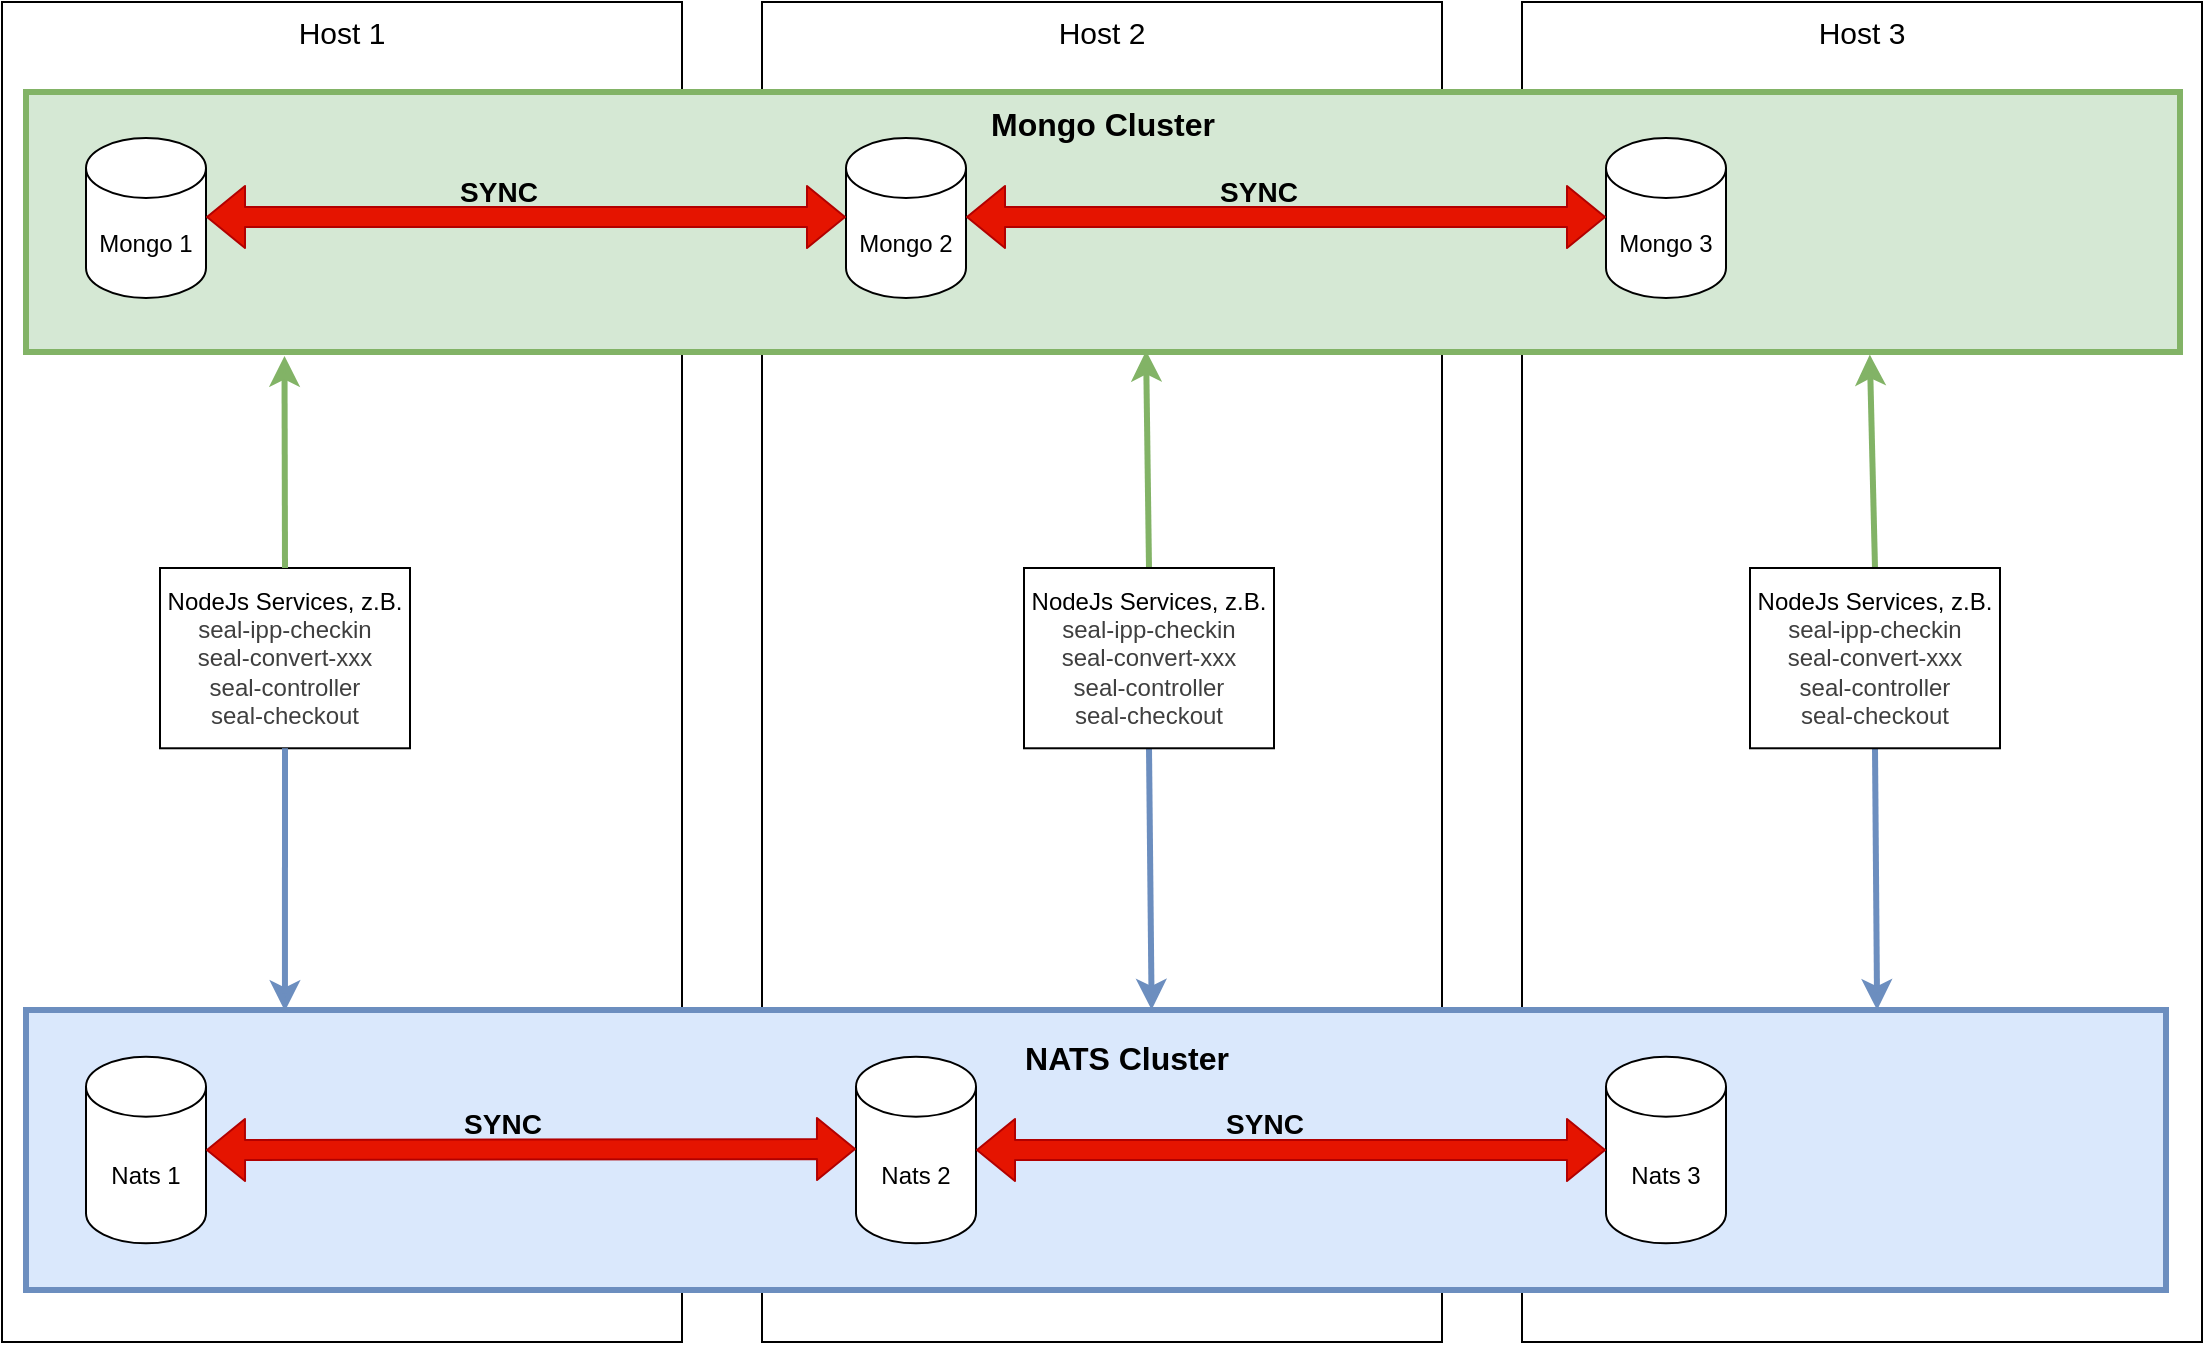
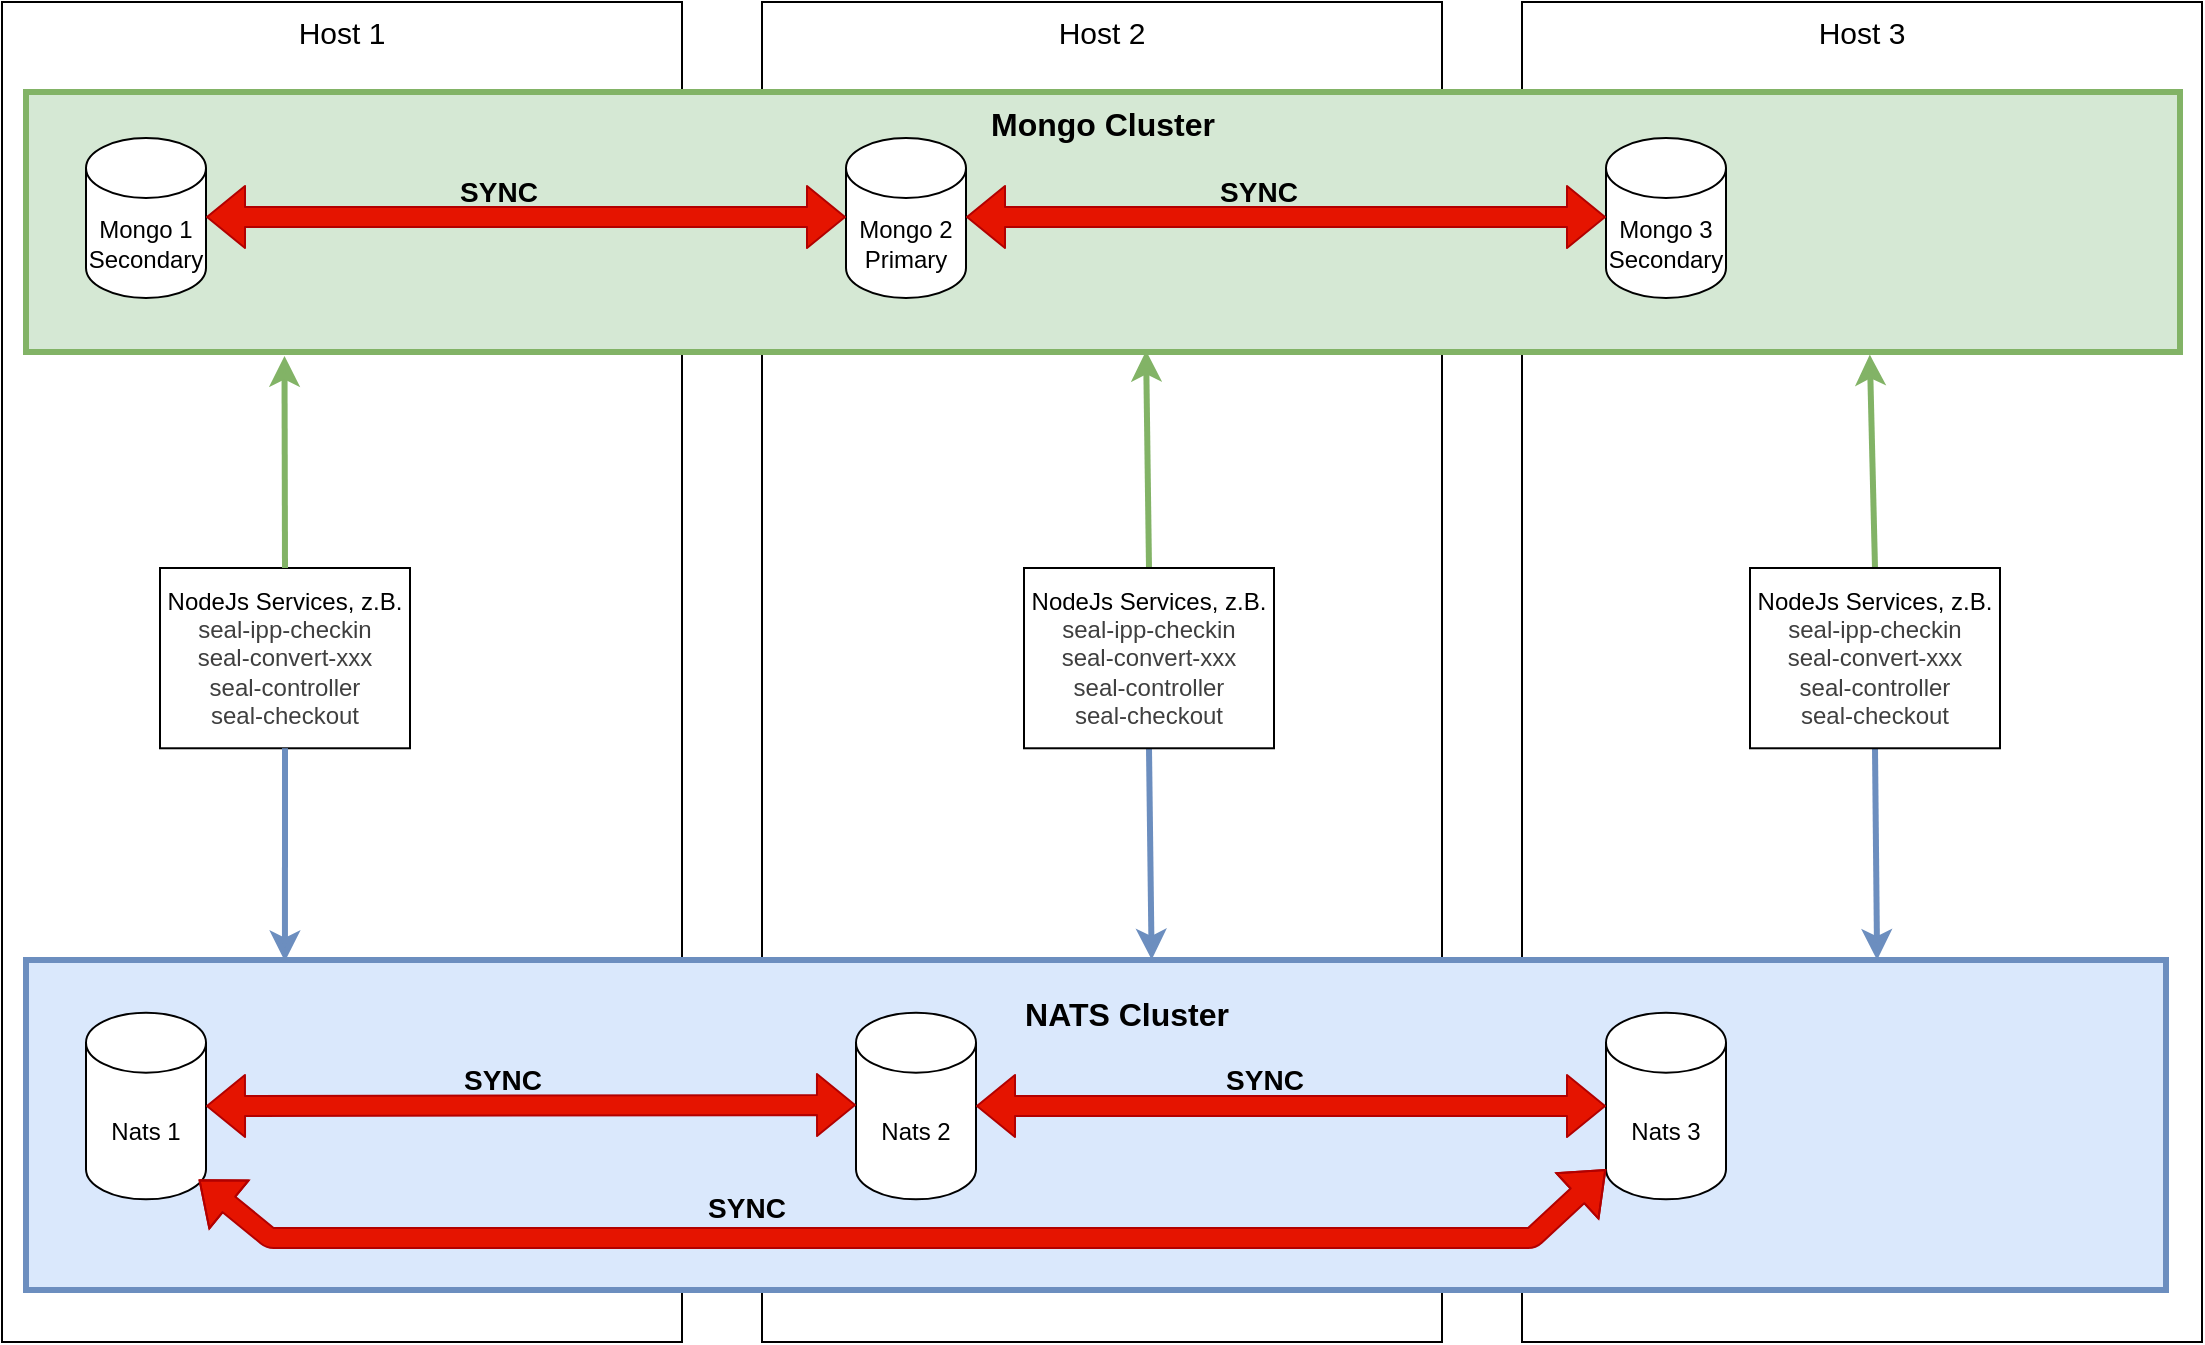
<mxfile host="65bd71144e">
    <diagram id="0pawT_77a6YBVu2QPc8B" name="Page-1">
-         <mxGraphModel dx="1290" dy="920" grid="0" gridSize="10" guides="1" tooltips="1" connect="1" arrows="1" fold="1" page="1" pageScale="1" pageWidth="1169" pageHeight="827" math="0" shadow="0">
+         <mxGraphModel dx="1167" dy="876" grid="0" gridSize="10" guides="1" tooltips="1" connect="1" arrows="1" fold="1" page="1" pageScale="1" pageWidth="1169" pageHeight="827" math="0" shadow="0">
            <root>
                <mxCell id="0"/>
                <mxCell id="1" parent="0"/>
                <mxCell id="2" value="Host 1" style="rounded=0;whiteSpace=wrap;html=1;fontSize=15;verticalAlign=top;" parent="1" vertex="1">
                    <mxGeometry x="40" y="40" width="340" height="670" as="geometry"/>
                </mxCell>
                <mxCell id="5" value="Host 2" style="rounded=0;whiteSpace=wrap;html=1;fontSize=15;verticalAlign=top;" parent="1" vertex="1">
                    <mxGeometry x="420" y="40" width="340" height="670" as="geometry"/>
                </mxCell>
                <mxCell id="6" value="Host 3" style="rounded=0;whiteSpace=wrap;html=1;fontSize=15;verticalAlign=top;" parent="1" vertex="1">
                    <mxGeometry x="800" y="40" width="340" height="670" as="geometry"/>
                </mxCell>
                <mxCell id="15" value="" style="group;verticalAlign=top;fillColor=#dae8fc;strokeColor=#6c8ebf;strokeWidth=3;container=0;" parent="1" vertex="1" connectable="0">
                    <mxGeometry x="52" y="544" width="1070" height="140" as="geometry"/>
                </mxCell>
                <mxCell id="23" value="NodeJs Services&lt;span style=&quot;color: rgb(0, 0, 0);&quot;&gt;, z.B.&lt;/span&gt;&lt;div style=&quot;color: rgb(63, 63, 63); scrollbar-color: rgb(226, 226, 226) rgb(251, 251, 251);&quot;&gt;seal-ipp-checkin&lt;/div&gt;&lt;div style=&quot;color: rgb(63, 63, 63); scrollbar-color: rgb(226, 226, 226) rgb(251, 251, 251);&quot;&gt;&lt;span style=&quot;scrollbar-color: rgb(226, 226, 226) rgb(251, 251, 251); background-color: transparent; color: rgb(63, 63, 63);&quot;&gt;seal-convert-xxx&lt;/span&gt;&lt;/div&gt;&lt;div style=&quot;color: rgb(63, 63, 63); scrollbar-color: rgb(226, 226, 226) rgb(251, 251, 251);&quot;&gt;seal-controller&lt;/div&gt;&lt;div style=&quot;color: rgb(63, 63, 63); scrollbar-color: rgb(226, 226, 226) rgb(251, 251, 251);&quot;&gt;seal-checkout&lt;/div&gt;" style="rounded=0;whiteSpace=wrap;html=1;" parent="1" vertex="1">
                    <mxGeometry x="119" y="323" width="125" height="90.14" as="geometry"/>
                </mxCell>
                <mxCell id="30" value="" style="endArrow=classic;html=1;exitX=0.5;exitY=0;exitDx=0;exitDy=0;strokeWidth=3;fillColor=#d5e8d4;strokeColor=#82b366;entryX=0.12;entryY=1.015;entryDx=0;entryDy=0;entryPerimeter=0;" parent="1" source="23" target="11" edge="1">
                    <mxGeometry width="50" height="50" relative="1" as="geometry">
                        <mxPoint x="610" y="450" as="sourcePoint"/>
                        <mxPoint x="184" y="217" as="targetPoint"/>
                        <Array as="points"/>
                    </mxGeometry>
                </mxCell>
                <mxCell id="31" value="" style="endArrow=classic;html=1;exitX=0.5;exitY=1;exitDx=0;exitDy=0;entryX=0.121;entryY=0.004;entryDx=0;entryDy=0;entryPerimeter=0;strokeWidth=3;fillColor=#dae8fc;strokeColor=#6c8ebf;" parent="1" source="23" target="16" edge="1">
                    <mxGeometry width="50" height="50" relative="1" as="geometry">
                        <mxPoint x="610" y="490.28" as="sourcePoint"/>
                        <mxPoint x="170" y="390" as="targetPoint"/>
                    </mxGeometry>
                </mxCell>
-                 <mxCell id="41" value="" style="endArrow=classic;html=1;exitX=0.5;exitY=0;exitDx=0;exitDy=0;strokeWidth=3;fillColor=#d5e8d4;strokeColor=#82b366;entryX=0.52;entryY=0.995;entryDx=0;entryDy=0;entryPerimeter=0;" parent="1" target="11" edge="1" source="59">
+                 <mxCell id="41" value="" style="endArrow=classic;html=1;exitX=0.5;exitY=0;exitDx=0;exitDy=0;strokeWidth=3;fillColor=#d5e8d4;strokeColor=#82b366;entryX=0.52;entryY=0.995;entryDx=0;entryDy=0;entryPerimeter=0;" parent="1" source="59" target="11" edge="1">
                    <mxGeometry width="50" height="50" relative="1" as="geometry">
                        <mxPoint x="632.5" y="490.6999999999998" as="sourcePoint"/>
                        <mxPoint x="612" y="200" as="targetPoint"/>
                        <Array as="points"/>
                    </mxGeometry>
                </mxCell>
-                 <mxCell id="42" value="" style="endArrow=classic;html=1;exitX=0.5;exitY=1;exitDx=0;exitDy=0;entryX=0.526;entryY=-0.001;entryDx=0;entryDy=0;entryPerimeter=0;strokeWidth=3;fillColor=#dae8fc;strokeColor=#6c8ebf;" parent="1" target="16" edge="1" source="59">
+                 <mxCell id="42" value="" style="endArrow=classic;html=1;exitX=0.5;exitY=1;exitDx=0;exitDy=0;entryX=0.526;entryY=-0.001;entryDx=0;entryDy=0;entryPerimeter=0;strokeWidth=3;fillColor=#dae8fc;strokeColor=#6c8ebf;" parent="1" source="59" target="16" edge="1">
                    <mxGeometry width="50" height="50" relative="1" as="geometry">
                        <mxPoint x="632.5" y="490.6999999999998" as="sourcePoint"/>
                        <mxPoint x="620" y="390" as="targetPoint"/>
                    </mxGeometry>
                </mxCell>
-                 <mxCell id="52" value="" style="endArrow=classic;html=1;exitX=0.5;exitY=0;exitDx=0;exitDy=0;strokeWidth=3;fillColor=#d5e8d4;strokeColor=#82b366;entryX=0.856;entryY=1.01;entryDx=0;entryDy=0;entryPerimeter=0;" parent="1" target="11" edge="1" source="60">
+                 <mxCell id="52" value="" style="endArrow=classic;html=1;exitX=0.5;exitY=0;exitDx=0;exitDy=0;strokeWidth=3;fillColor=#d5e8d4;strokeColor=#82b366;entryX=0.856;entryY=1.01;entryDx=0;entryDy=0;entryPerimeter=0;" parent="1" source="60" target="11" edge="1">
                    <mxGeometry width="50" height="50" relative="1" as="geometry">
                        <mxPoint x="982.5" y="490.1399999999999" as="sourcePoint"/>
                        <mxPoint x="992" y="200" as="targetPoint"/>
                        <Array as="points"/>
                    </mxGeometry>
                </mxCell>
-                 <mxCell id="53" value="" style="endArrow=classic;html=1;exitX=0.5;exitY=1;exitDx=0;exitDy=0;strokeWidth=3;fillColor=#dae8fc;strokeColor=#6c8ebf;entryX=0.865;entryY=0;entryDx=0;entryDy=0;entryPerimeter=0;" parent="1" edge="1" target="16" source="60">
+                 <mxCell id="53" value="" style="endArrow=classic;html=1;exitX=0.5;exitY=1;exitDx=0;exitDy=0;strokeWidth=3;fillColor=#dae8fc;strokeColor=#6c8ebf;entryX=0.865;entryY=0;entryDx=0;entryDy=0;entryPerimeter=0;" parent="1" source="60" target="16" edge="1">
                    <mxGeometry width="50" height="50" relative="1" as="geometry">
                        <mxPoint x="982.5" y="490.1399999999999" as="sourcePoint"/>
                        <mxPoint x="1004" y="396" as="targetPoint"/>
                    </mxGeometry>
                </mxCell>
                <mxCell id="59" value="NodeJs Services&lt;span style=&quot;color: rgb(0, 0, 0);&quot;&gt;, z.B.&lt;/span&gt;&lt;div style=&quot;color: rgb(63, 63, 63); scrollbar-color: rgb(226, 226, 226) rgb(251, 251, 251);&quot;&gt;seal-ipp-checkin&lt;/div&gt;&lt;div style=&quot;color: rgb(63, 63, 63); scrollbar-color: rgb(226, 226, 226) rgb(251, 251, 251);&quot;&gt;&lt;span style=&quot;scrollbar-color: rgb(226, 226, 226) rgb(251, 251, 251); background-color: transparent; color: rgb(63, 63, 63);&quot;&gt;seal-convert-xxx&lt;/span&gt;&lt;/div&gt;&lt;div style=&quot;color: rgb(63, 63, 63); scrollbar-color: rgb(226, 226, 226) rgb(251, 251, 251);&quot;&gt;seal-controller&lt;/div&gt;&lt;div style=&quot;color: rgb(63, 63, 63); scrollbar-color: rgb(226, 226, 226) rgb(251, 251, 251);&quot;&gt;seal-checkout&lt;/div&gt;" style="rounded=0;whiteSpace=wrap;html=1;" parent="1" vertex="1">
                    <mxGeometry x="551" y="323" width="125" height="90.14" as="geometry"/>
                </mxCell>
                <mxCell id="60" value="NodeJs Services&lt;span style=&quot;color: rgb(0, 0, 0);&quot;&gt;, z.B.&lt;/span&gt;&lt;div style=&quot;color: rgb(63, 63, 63); scrollbar-color: rgb(226, 226, 226) rgb(251, 251, 251);&quot;&gt;seal-ipp-checkin&lt;/div&gt;&lt;div style=&quot;color: rgb(63, 63, 63); scrollbar-color: rgb(226, 226, 226) rgb(251, 251, 251);&quot;&gt;&lt;span style=&quot;scrollbar-color: rgb(226, 226, 226) rgb(251, 251, 251); background-color: transparent; color: rgb(63, 63, 63);&quot;&gt;seal-convert-xxx&lt;/span&gt;&lt;/div&gt;&lt;div style=&quot;color: rgb(63, 63, 63); scrollbar-color: rgb(226, 226, 226) rgb(251, 251, 251);&quot;&gt;seal-controller&lt;/div&gt;&lt;div style=&quot;color: rgb(63, 63, 63); scrollbar-color: rgb(226, 226, 226) rgb(251, 251, 251);&quot;&gt;seal-checkout&lt;/div&gt;" style="rounded=0;whiteSpace=wrap;html=1;" parent="1" vertex="1">
                    <mxGeometry x="914" y="323" width="125" height="90.14" as="geometry"/>
                </mxCell>
                <mxCell id="11" value="Mongo Cluster" style="rounded=0;whiteSpace=wrap;html=1;fontStyle=1;labelBorderColor=none;fillColor=#d5e8d4;strokeColor=#82b366;verticalAlign=top;fontSize=16;strokeWidth=3;" parent="1" vertex="1">
                    <mxGeometry x="52" y="85" width="1077" height="130" as="geometry"/>
                </mxCell>
-                 <mxCell id="7" value="Mongo 1" style="shape=cylinder3;whiteSpace=wrap;html=1;boundedLbl=1;backgroundOutline=1;size=15;" parent="1" vertex="1">
+                 <mxCell id="7" value="Mongo 1&lt;div&gt;Secondary&lt;/div&gt;" style="shape=cylinder3;whiteSpace=wrap;html=1;boundedLbl=1;backgroundOutline=1;size=15;" parent="1" vertex="1">
                    <mxGeometry x="82" y="108" width="60" height="80" as="geometry"/>
                </mxCell>
-                 <mxCell id="8" value="Mongo 2" style="shape=cylinder3;whiteSpace=wrap;html=1;boundedLbl=1;backgroundOutline=1;size=15;" parent="1" vertex="1">
+                 <mxCell id="8" value="Mongo 2&lt;div&gt;Primary&lt;/div&gt;" style="shape=cylinder3;whiteSpace=wrap;html=1;boundedLbl=1;backgroundOutline=1;size=15;" parent="1" vertex="1">
                    <mxGeometry x="462" y="108" width="60" height="80" as="geometry"/>
                </mxCell>
-                 <mxCell id="9" value="Mongo 3" style="shape=cylinder3;whiteSpace=wrap;html=1;boundedLbl=1;backgroundOutline=1;size=15;" parent="1" vertex="1">
+                 <mxCell id="9" value="Mongo 3&lt;div&gt;Secondary&lt;/div&gt;" style="shape=cylinder3;whiteSpace=wrap;html=1;boundedLbl=1;backgroundOutline=1;size=15;" parent="1" vertex="1">
                    <mxGeometry x="842" y="108" width="60" height="80" as="geometry"/>
                </mxCell>
                <mxCell id="12" value="" style="shape=flexArrow;endArrow=classic;startArrow=classic;html=1;exitX=1;exitY=0.5;exitDx=0;exitDy=0;exitPerimeter=0;entryX=0;entryY=0.5;entryDx=0;entryDy=0;entryPerimeter=0;fillColor=#e51400;strokeColor=#B20000;fontStyle=1" parent="1" edge="1">
                    <mxGeometry width="100" height="100" relative="1" as="geometry">
                        <mxPoint x="142" y="147.5" as="sourcePoint"/>
                        <mxPoint x="462" y="147.5" as="targetPoint"/>
                        <Array as="points"/>
                    </mxGeometry>
                </mxCell>
-                 <mxCell id="62" value="&lt;b&gt;&lt;font style=&quot;font-size: 14px;&quot;&gt;SYNC&lt;/font&gt;&lt;/b&gt;" style="edgeLabel;html=1;align=center;verticalAlign=middle;resizable=0;points=[];labelBackgroundColor=none;" vertex="1" connectable="0" parent="12">
+                 <mxCell id="62" value="&lt;b&gt;&lt;font style=&quot;font-size: 14px;&quot;&gt;SYNC&lt;/font&gt;&lt;/b&gt;" style="edgeLabel;html=1;align=center;verticalAlign=middle;resizable=0;points=[];labelBackgroundColor=none;" parent="12" vertex="1" connectable="0">
                    <mxGeometry x="-0.1375" y="-4" relative="1" as="geometry">
                        <mxPoint x="8" y="-17" as="offset"/>
                    </mxGeometry>
                </mxCell>
                <mxCell id="16" value="" style="rounded=0;whiteSpace=wrap;html=1;fontStyle=1;labelBorderColor=none;fillColor=#dae8fc;strokeColor=#6c8ebf;verticalAlign=top;fontSize=16;strokeWidth=3;" parent="1" vertex="1">
-                     <mxGeometry x="52" y="544" width="1070" height="140" as="geometry"/>
+                     <mxGeometry x="52" y="519" width="1070" height="165" as="geometry"/>
                </mxCell>
                <mxCell id="17" value="Nats 1" style="shape=cylinder3;whiteSpace=wrap;html=1;boundedLbl=1;backgroundOutline=1;size=15;" parent="1" vertex="1">
-                     <mxGeometry x="82" y="567.3333333333334" width="60" height="93.33333333333333" as="geometry"/>
+                     <mxGeometry x="82" y="545.3333333333334" width="60" height="93.33333333333333" as="geometry"/>
                </mxCell>
                <mxCell id="18" value="Nats 2" style="shape=cylinder3;whiteSpace=wrap;html=1;boundedLbl=1;backgroundOutline=1;size=15;" parent="1" vertex="1">
-                     <mxGeometry x="467" y="567.3333333333334" width="60" height="93.33333333333333" as="geometry"/>
+                     <mxGeometry x="467" y="545.3333333333334" width="60" height="93.33333333333333" as="geometry"/>
                </mxCell>
                <mxCell id="19" value="Nats 3" style="shape=cylinder3;whiteSpace=wrap;html=1;boundedLbl=1;backgroundOutline=1;size=15;" parent="1" vertex="1">
-                     <mxGeometry x="842" y="567.3333333333334" width="60" height="93.33333333333333" as="geometry"/>
+                     <mxGeometry x="842" y="545.3333333333334" width="60" height="93.33333333333333" as="geometry"/>
                </mxCell>
                <mxCell id="61" value="&lt;font style=&quot;font-size: 16px;&quot;&gt;NATS Cluster&lt;/font&gt;" style="text;html=1;align=center;verticalAlign=middle;whiteSpace=wrap;rounded=0;fontSize=14;fontStyle=1" parent="1" vertex="1">
-                     <mxGeometry x="534" y="553" width="137" height="30" as="geometry"/>
+                     <mxGeometry x="534" y="531" width="137" height="30" as="geometry"/>
                </mxCell>
-                 <mxCell id="63" value="" style="shape=flexArrow;endArrow=classic;startArrow=classic;html=1;exitX=1;exitY=0.5;exitDx=0;exitDy=0;exitPerimeter=0;entryX=0;entryY=0.5;entryDx=0;entryDy=0;entryPerimeter=0;fillColor=#e51400;strokeColor=#B20000;fontStyle=1" edge="1" parent="1">
+                 <mxCell id="63" value="" style="shape=flexArrow;endArrow=classic;startArrow=classic;html=1;exitX=1;exitY=0.5;exitDx=0;exitDy=0;exitPerimeter=0;entryX=0;entryY=0.5;entryDx=0;entryDy=0;entryPerimeter=0;fillColor=#e51400;strokeColor=#B20000;fontStyle=1" parent="1" edge="1">
                    <mxGeometry width="100" height="100" relative="1" as="geometry">
                        <mxPoint x="522" y="147.5" as="sourcePoint"/>
                        <mxPoint x="842" y="147.5" as="targetPoint"/>
                        <Array as="points"/>
                    </mxGeometry>
                </mxCell>
-                 <mxCell id="64" value="&lt;b&gt;&lt;font style=&quot;font-size: 14px;&quot;&gt;SYNC&lt;/font&gt;&lt;/b&gt;" style="edgeLabel;html=1;align=center;verticalAlign=middle;resizable=0;points=[];labelBackgroundColor=none;" vertex="1" connectable="0" parent="63">
+                 <mxCell id="64" value="&lt;b&gt;&lt;font style=&quot;font-size: 14px;&quot;&gt;SYNC&lt;/font&gt;&lt;/b&gt;" style="edgeLabel;html=1;align=center;verticalAlign=middle;resizable=0;points=[];labelBackgroundColor=none;" parent="63" vertex="1" connectable="0">
                    <mxGeometry x="-0.1375" y="-4" relative="1" as="geometry">
                        <mxPoint x="8" y="-17" as="offset"/>
                    </mxGeometry>
                </mxCell>
-                 <mxCell id="65" value="" style="shape=flexArrow;endArrow=classic;startArrow=classic;html=1;exitX=1;exitY=0.5;exitDx=0;exitDy=0;exitPerimeter=0;entryX=0;entryY=0.5;entryDx=0;entryDy=0;entryPerimeter=0;fillColor=#e51400;strokeColor=#B20000;fontStyle=1" edge="1" parent="1" source="17">
+                 <mxCell id="65" value="" style="shape=flexArrow;endArrow=classic;startArrow=classic;html=1;exitX=1;exitY=0.5;exitDx=0;exitDy=0;exitPerimeter=0;entryX=0;entryY=0.5;entryDx=0;entryDy=0;entryPerimeter=0;fillColor=#e51400;strokeColor=#B20000;fontStyle=1" parent="1" source="17" edge="1">
                    <mxGeometry width="100" height="100" relative="1" as="geometry">
-                         <mxPoint x="147" y="613.5" as="sourcePoint"/>
-                         <mxPoint x="467" y="613.5" as="targetPoint"/>
+                         <mxPoint x="147" y="591.5" as="sourcePoint"/>
+                         <mxPoint x="467" y="591.5" as="targetPoint"/>
                        <Array as="points"/>
                    </mxGeometry>
                </mxCell>
-                 <mxCell id="66" value="&lt;b&gt;&lt;font style=&quot;font-size: 14px;&quot;&gt;SYNC&lt;/font&gt;&lt;/b&gt;" style="edgeLabel;html=1;align=center;verticalAlign=middle;resizable=0;points=[];labelBackgroundColor=none;" vertex="1" connectable="0" parent="65">
+                 <mxCell id="66" value="&lt;b&gt;&lt;font style=&quot;font-size: 14px;&quot;&gt;SYNC&lt;/font&gt;&lt;/b&gt;" style="edgeLabel;html=1;align=center;verticalAlign=middle;resizable=0;points=[];labelBackgroundColor=none;" parent="65" vertex="1" connectable="0">
                    <mxGeometry x="-0.1375" y="-4" relative="1" as="geometry">
                        <mxPoint x="8" y="-17" as="offset"/>
                    </mxGeometry>
                </mxCell>
-                 <mxCell id="67" value="" style="shape=flexArrow;endArrow=classic;startArrow=classic;html=1;exitX=1;exitY=0.5;exitDx=0;exitDy=0;exitPerimeter=0;fillColor=#e51400;strokeColor=#B20000;fontStyle=1;entryX=0;entryY=0.5;entryDx=0;entryDy=0;entryPerimeter=0;" edge="1" parent="1" target="19">
+                 <mxCell id="67" value="" style="shape=flexArrow;endArrow=classic;startArrow=classic;html=1;exitX=1;exitY=0.5;exitDx=0;exitDy=0;exitPerimeter=0;fillColor=#e51400;strokeColor=#B20000;fontStyle=1;entryX=0;entryY=0.5;entryDx=0;entryDy=0;entryPerimeter=0;" parent="1" target="19" edge="1">
                    <mxGeometry width="100" height="100" relative="1" as="geometry">
-                         <mxPoint x="527" y="614" as="sourcePoint"/>
-                         <mxPoint x="838" y="614" as="targetPoint"/>
+                         <mxPoint x="527" y="592" as="sourcePoint"/>
+                         <mxPoint x="838" y="592" as="targetPoint"/>
                        <Array as="points"/>
                    </mxGeometry>
                </mxCell>
-                 <mxCell id="68" value="&lt;b&gt;&lt;font style=&quot;font-size: 14px;&quot;&gt;SYNC&lt;/font&gt;&lt;/b&gt;" style="edgeLabel;html=1;align=center;verticalAlign=middle;resizable=0;points=[];labelBackgroundColor=none;" vertex="1" connectable="0" parent="67">
+                 <mxCell id="68" value="&lt;b&gt;&lt;font style=&quot;font-size: 14px;&quot;&gt;SYNC&lt;/font&gt;&lt;/b&gt;" style="edgeLabel;html=1;align=center;verticalAlign=middle;resizable=0;points=[];labelBackgroundColor=none;" parent="67" vertex="1" connectable="0">
                    <mxGeometry x="-0.1375" y="-4" relative="1" as="geometry">
                        <mxPoint x="8" y="-17" as="offset"/>
+                     </mxGeometry>
+                 </mxCell>
+                 <mxCell id="69" value="" style="shape=flexArrow;endArrow=classic;startArrow=classic;html=1;exitX=0.94;exitY=0.895;exitDx=0;exitDy=0;exitPerimeter=0;fillColor=#e51400;strokeColor=#B20000;fontStyle=1;entryX=0;entryY=1;entryDx=0;entryDy=-15;entryPerimeter=0;" edge="1" parent="1" source="17" target="19">
+                     <mxGeometry width="100" height="100" relative="1" as="geometry">
+                         <mxPoint x="154" y="632" as="sourcePoint"/>
+                         <mxPoint x="432.2244897959183" y="659.5" as="targetPoint"/>
+                         <Array as="points">
+                             <mxPoint x="174" y="658"/>
+                             <mxPoint x="805" y="658"/>
+                         </Array>
+                     </mxGeometry>
+                 </mxCell>
+                 <mxCell id="70" value="&lt;b&gt;&lt;font style=&quot;font-size: 14px;&quot;&gt;SYNC&lt;/font&gt;&lt;/b&gt;" style="edgeLabel;html=1;align=center;verticalAlign=middle;resizable=0;points=[];labelBackgroundColor=none;" vertex="1" connectable="0" parent="69">
+                     <mxGeometry x="-0.1375" y="-4" relative="1" as="geometry">
+                         <mxPoint x="-30" y="-19" as="offset"/>
                    </mxGeometry>
                </mxCell>
            </root>
        </mxGraphModel>
    </diagram>
</mxfile>